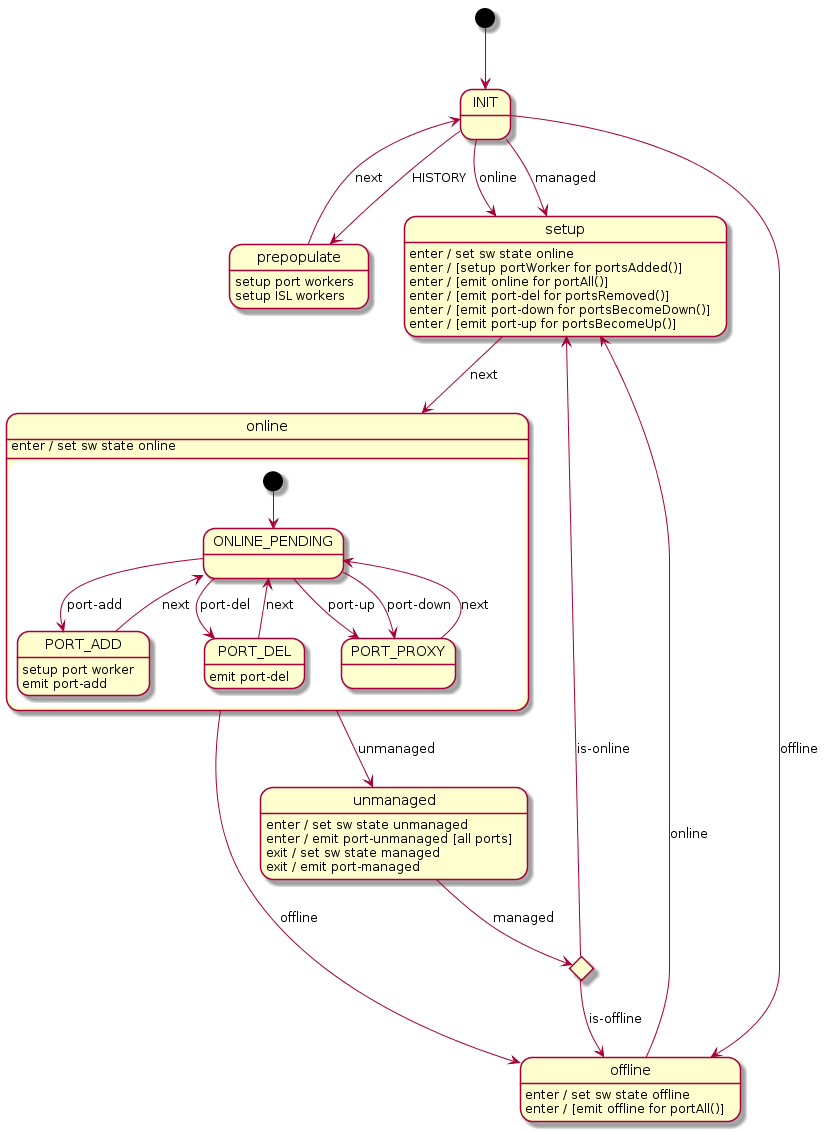
Before: docs/design/network-discovery/switch-FSM.png, a diagram exported from PlantUML (jangwonpark74/open-kilda).
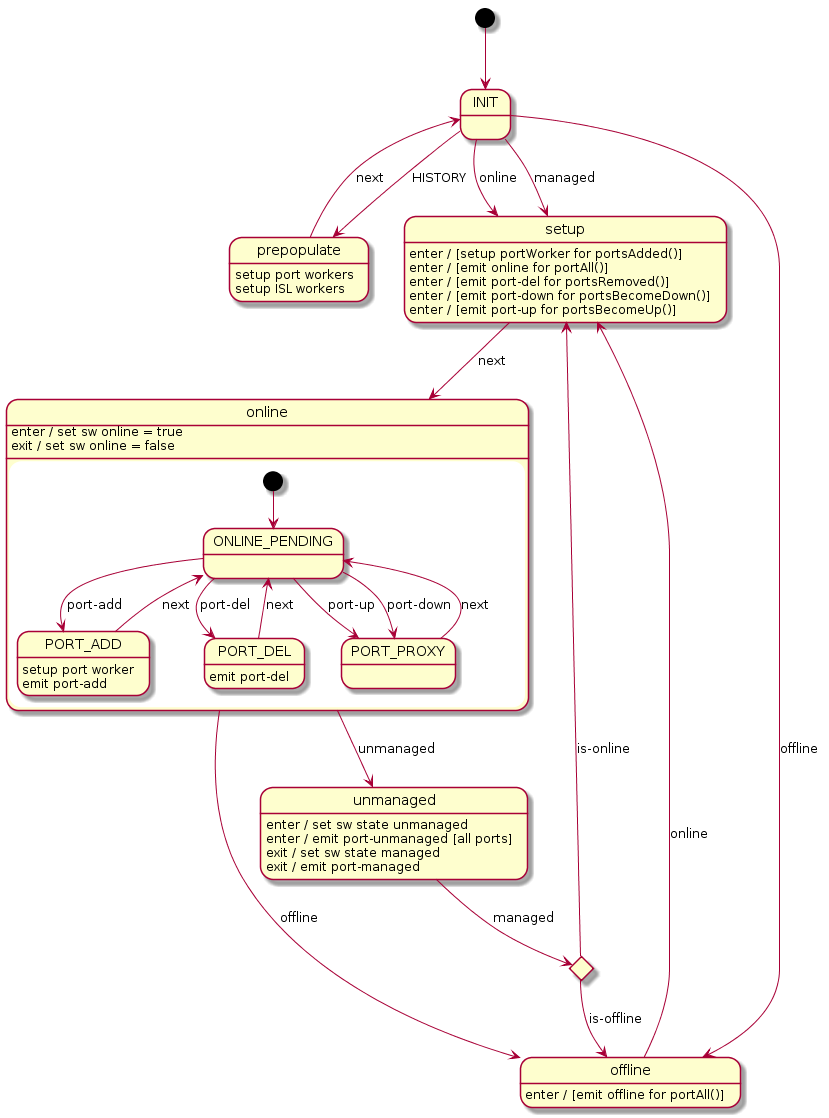
Later version of the same file.

What changed in the source:
```diff
@@ -15,7 +15,6 @@
 switchSync --> setup : is-online
 switchSync --> offline : is-offline
 
-setup : enter / set sw state online
 setup : enter / [setup portWorker for portsAdded()]
 setup : enter / [emit online for portAll()]
 setup : enter / [emit port-del for portsRemoved()]
@@ -24,7 +23,8 @@
 setup --> online : next
 
 state online {
-    online : enter / set sw state online
+    online : enter / set sw online = true
+    online : exit / set sw online = false
     [*] --> ONLINE_PENDING
 
     ONLINE_PENDING --> PORT_ADD : port-add
@@ -44,7 +44,6 @@
 online --> offline : offline
 online --> unmanaged : unmanaged
 
-offline : enter / set sw state offline
 offline : enter / [emit offline for portAll()]
 offline --> setup : online
 
```
